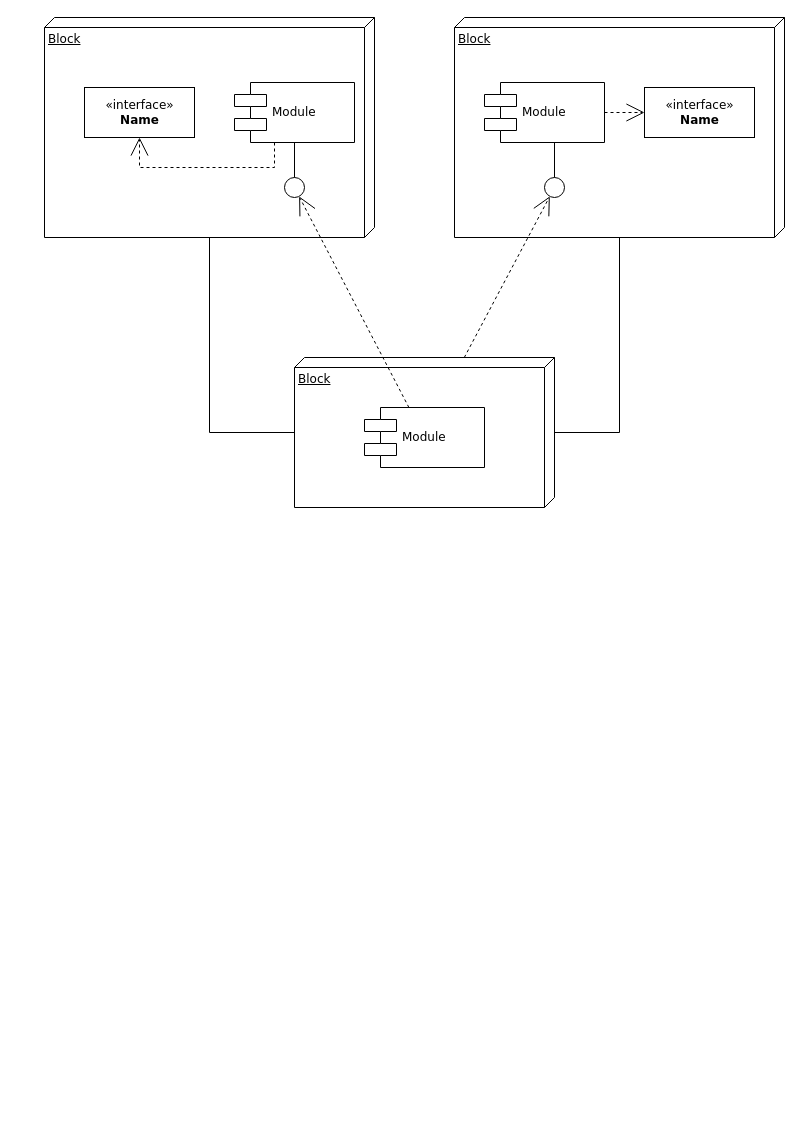
mati-tech/draw.io keeps this draw.io diagram as PR_7th_Akmis_Component_deployment_diagrams.drawio. Above is the earlier version. Source tidied: cells renumbered, new cells numbered last; positions are measured from the earlier drawing's top-left corner, leaving out a move shared by most shapes. Both pictures are drawn from the tidied source at 100%, with x=0, y=0 at pixel (44, 17).
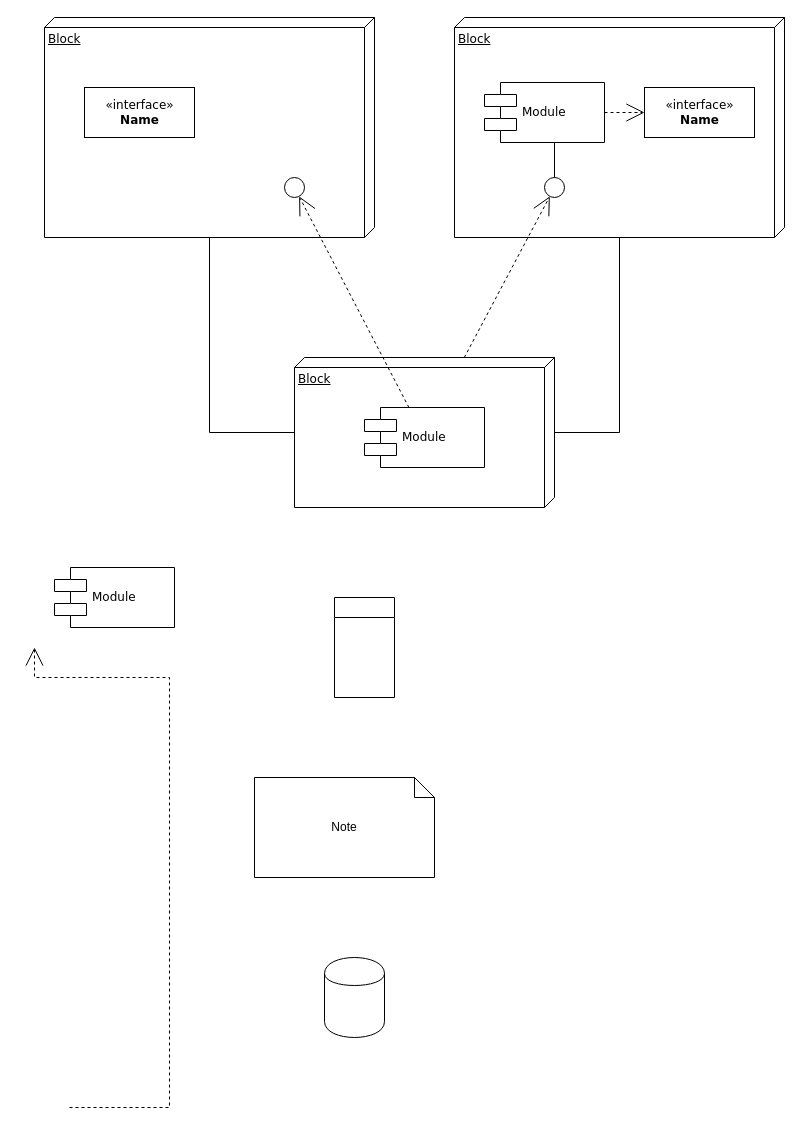
After the change.

Unchanged cells that the change refers to:
```xml
<mxCell id="5" value="&amp;laquo;interface&amp;raquo;&lt;br&gt;&lt;b&gt;Name&lt;/b&gt;" style="html=1;rounded=0;shadow=0;comic=0;labelBackgroundColor=none;strokeWidth=1;fontFamily=Verdana;fontSize=12;align=center;" parent="1" vertex="1">
  <mxGeometry x="40" y="70" width="110" height="50" as="geometry" />
</mxCell>
<mxCell id="7" style="ellipse;whiteSpace=wrap;html=1;rounded=0;shadow=0;comic=0;labelBackgroundColor=none;strokeWidth=1;fontFamily=Verdana;fontSize=12;align=center;" parent="1" vertex="1">
  <mxGeometry x="240" y="160" width="20" height="20" as="geometry" />
</mxCell>
```

What changed in the source:
```diff
@@
     <mxCell id="6" value="Module" style="shape=component;align=left;spacingLeft=36;rounded=0;shadow=0;comic=0;labelBackgroundColor=none;strokeWidth=1;fontFamily=Verdana;fontSize=12;html=1;" parent="1" vertex="1">
-      <mxGeometry x="190" y="65" width="120" height="60" as="geometry" />
+      <mxGeometry x="10" y="550" width="120" height="60" as="geometry" />
     </mxCell>
@@
-    <mxCell id="15" style="edgeStyle=elbowEdgeStyle;rounded=0;html=1;labelBackgroundColor=none;startArrow=none;startFill=0;startSize=8;endArrow=none;endFill=0;endSize=16;fontFamily=Verdana;fontSize=12;" parent="1" edge="1" source="7" target="6">
-      <mxGeometry relative="1" as="geometry" />
-    </mxCell>
-    <mxCell id="16" style="edgeStyle=orthogonalEdgeStyle;rounded=0;html=1;labelBackgroundColor=none;startArrow=none;startFill=0;startSize=8;endArrow=open;endFill=0;endSize=16;fontFamily=Verdana;fontSize=12;dashed=1;" parent="1" edge="1" source="6" target="5">
+    <mxCell id="16" style="edgeStyle=orthogonalEdgeStyle;rounded=0;html=1;labelBackgroundColor=none;startArrow=none;startFill=0;startSize=8;endArrow=open;endFill=0;endSize=16;fontFamily=Verdana;fontSize=12;dashed=1;" parent="1" edge="1">
       <mxGeometry relative="1" as="geometry">
+        <mxPoint x="25" y="1090" as="sourcePoint" />
+        <mxPoint x="-10" y="630" as="targetPoint" />
         <Array as="points">
-          <mxPoint x="230" y="150" />
-          <mxPoint x="95" y="150" />
+          <mxPoint x="125" y="660" />
+          <mxPoint x="-10" y="660" />
         </Array>
       </mxGeometry>
     </mxCell>
@@
+    <mxCell id="20" style="swimlane;fontStyle=0;horizontal=1;startSize=20;fillColor=none;whiteSpace=wrap;html=1;" parent="1" vertex="1">
+      <mxGeometry x="290" y="580" width="60" height="100" as="geometry" />
+    </mxCell>
+    <mxCell id="21" value="Note" style="shape=note;size=20;whiteSpace=wrap;html=1;" parent="1" vertex="1">
+      <mxGeometry x="210" y="760" width="180" height="100" as="geometry" />
+    </mxCell>
+    <mxCell id="22" style="shape=cylinder;whiteSpace=wrap;html=1;boundedLbl=1;backgroundOutline=1;" parent="1" vertex="1">
+      <mxGeometry x="280" y="940" width="60" height="80" as="geometry" />
+    </mxCell>
```
